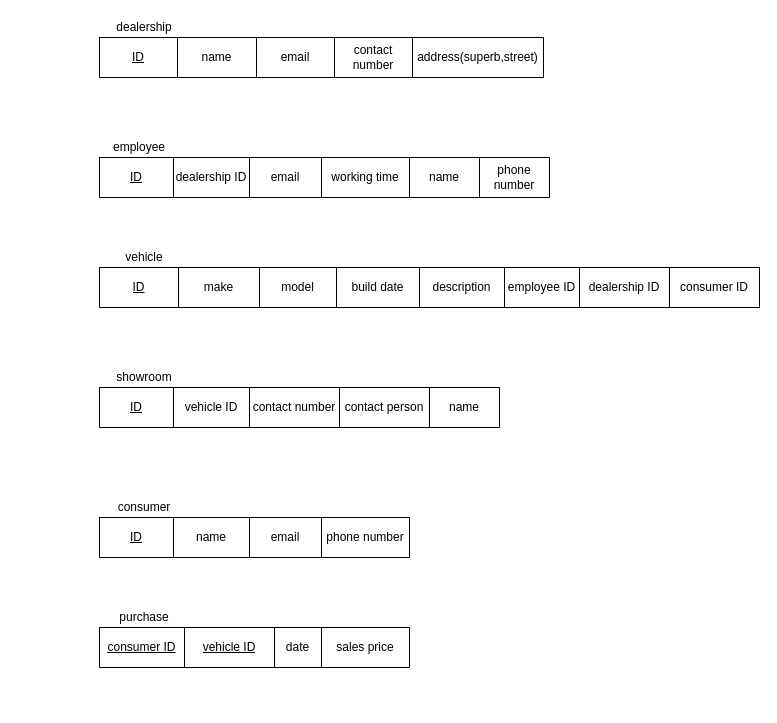
This is week3/ass1Q2.drawio from bekon-official/COMP9311, a draw.io file, before an edit. Source tidied: cells renumbered, new cells numbered last; positions are measured from the earlier drawing's top-left corner, leaving out a move shared by most shapes. Both pictures are drawn from the tidied source at 100%, with x=0, y=0 at pixel (99, 17).
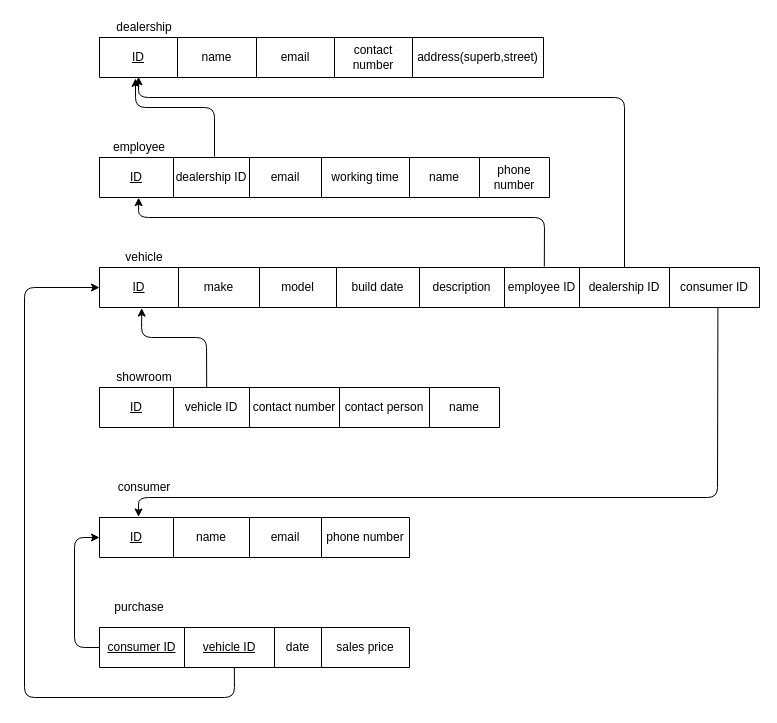
After the change.

The change refers to these unchanged cells:
```xml
<mxCell id="3" style="shape=partialRectangle;html=1;whiteSpace=wrap;fillColor=none;top=0;left=0;bottom=0;right=0;points=[[0,0.5],[1,0.5]];portConstraint=eastwest;" parent="2" vertex="1">
  <mxGeometry width="444" height="40" as="geometry" />
</mxCell>
<mxCell id="10" style="shape=partialRectangle;html=1;whiteSpace=wrap;fillColor=none;top=0;left=0;bottom=0;right=0;points=[[0,0.5],[1,0.5]];portConstraint=eastwest;" parent="9" vertex="1">
  <mxGeometry width="450" height="40" as="geometry" />
</mxCell>
<mxCell id="18" style="shape=partialRectangle;html=1;whiteSpace=wrap;fillColor=none;top=0;left=0;bottom=0;right=0;points=[[0,0.5],[1,0.5]];portConstraint=eastwest;" parent="17" vertex="1">
  <mxGeometry width="660" height="40" as="geometry" />
</mxCell>
<mxCell id="28" style="shape=partialRectangle;html=1;whiteSpace=wrap;fillColor=none;top=0;left=0;bottom=0;right=0;points=[[0,0.5],[1,0.5]];portConstraint=eastwest;" parent="27" vertex="1">
  <mxGeometry width="310" height="40" as="geometry" />
</mxCell>
<mxCell id="34" style="shape=partialRectangle;html=1;whiteSpace=wrap;fillColor=none;top=0;left=0;bottom=0;right=0;points=[[0,0.5],[1,0.5]];portConstraint=eastwest;" parent="33" vertex="1">
  <mxGeometry width="400" height="40" as="geometry" />
</mxCell>
<mxCell id="46" style="shape=partialRectangle;html=1;whiteSpace=wrap;fillColor=none;top=0;left=0;bottom=0;right=0;points=[[0,0.5],[1,0.5]];portConstraint=eastwest;" parent="45" vertex="1">
  <mxGeometry width="310" height="40" as="geometry" />
</mxCell>
```

Change to the diagram source:
```diff
@@
     <mxCell id="44" value="consumer" style="text;html=1;strokeColor=none;fillColor=none;align=center;verticalAlign=middle;whiteSpace=wrap;rounded=0;" parent="1" vertex="1">
-      <mxGeometry y="480" width="90" height="20" as="geometry" />
+      <mxGeometry y="460" width="90" height="20" as="geometry" />
     </mxCell>
@@
     <mxCell id="51" value="purchase" style="text;html=1;strokeColor=none;fillColor=none;align=center;verticalAlign=middle;whiteSpace=wrap;rounded=0;" parent="1" vertex="1">
-      <mxGeometry y="590" width="90" height="20" as="geometry" />
+      <mxGeometry x="-5" y="580" width="90" height="20" as="geometry" />
     </mxCell>
+    <mxCell id="52" style="endArrow=classic;html=1;entryX=0.081;entryY=1.025;entryDx=0;entryDy=0;entryPerimeter=0;" parent="1" edge="1" target="3">
+      <mxGeometry relative="1" as="geometry">
+        <mxPoint x="115" y="139" as="sourcePoint" />
+        <Array as="points">
+          <mxPoint x="115" y="90" />
+          <mxPoint x="36" y="90" />
+        </Array>
+      </mxGeometry>
+    </mxCell>
+    <mxCell id="53" style="endArrow=classic;html=1;exitX=0.674;exitY=-0.025;exitDx=0;exitDy=0;exitPerimeter=0;entryX=0.087;entryY=1.005;entryDx=0;entryDy=0;entryPerimeter=0;" parent="1" edge="1" source="18" target="10">
+      <mxGeometry relative="1" as="geometry">
+        <Array as="points">
+          <mxPoint x="445" y="200" />
+          <mxPoint x="39" y="200" />
+        </Array>
+      </mxGeometry>
+    </mxCell>
+    <mxCell id="54" style="endArrow=classic;html=1;entryX=0.088;entryY=0.985;entryDx=0;entryDy=0;entryPerimeter=0;" parent="1" edge="1" target="3">
+      <mxGeometry relative="1" as="geometry">
+        <mxPoint x="525" y="250" as="sourcePoint" />
+        <Array as="points">
+          <mxPoint x="525" y="80" />
+          <mxPoint x="39" y="80" />
+        </Array>
+      </mxGeometry>
+    </mxCell>
+    <mxCell id="55" style="endArrow=classic;html=1;exitX=0.937;exitY=0.995;exitDx=0;exitDy=0;exitPerimeter=0;entryX=0.126;entryY=-0.015;entryDx=0;entryDy=0;entryPerimeter=0;" parent="1" edge="1" source="18" target="28">
+      <mxGeometry relative="1" as="geometry">
+        <Array as="points">
+          <mxPoint x="618" y="480" />
+          <mxPoint x="39" y="480" />
+        </Array>
+      </mxGeometry>
+    </mxCell>
+    <mxCell id="56" style="endArrow=classic;html=1;entryX=0.064;entryY=1.015;entryDx=0;entryDy=0;entryPerimeter=0;exitX=0.268;exitY=0.015;exitDx=0;exitDy=0;exitPerimeter=0;" parent="1" edge="1" source="34" target="18">
+      <mxGeometry relative="1" as="geometry">
+        <Array as="points">
+          <mxPoint x="107" y="320" />
+          <mxPoint x="42" y="320" />
+        </Array>
+      </mxGeometry>
+    </mxCell>
+    <mxCell id="57" style="endArrow=classic;html=1;exitX=0;exitY=0.5;exitDx=0;exitDy=0;entryX=0;entryY=0.5;entryDx=0;entryDy=0;" parent="1" edge="1" source="46" target="28">
+      <mxGeometry relative="1" as="geometry">
+        <Array as="points">
+          <mxPoint x="-25" y="630" />
+          <mxPoint x="-25" y="520" />
+        </Array>
+      </mxGeometry>
+    </mxCell>
+    <mxCell id="58" style="endArrow=classic;html=1;exitX=0.435;exitY=1;exitDx=0;exitDy=0;exitPerimeter=0;entryX=0;entryY=0.5;entryDx=0;entryDy=0;" parent="1" edge="1" source="46" target="18">
+      <mxGeometry relative="1" as="geometry">
+        <Array as="points">
+          <mxPoint x="135" y="680" />
+          <mxPoint x="-75" y="680" />
+          <mxPoint x="-75" y="270" />
+        </Array>
+      </mxGeometry>
+    </mxCell>
```
